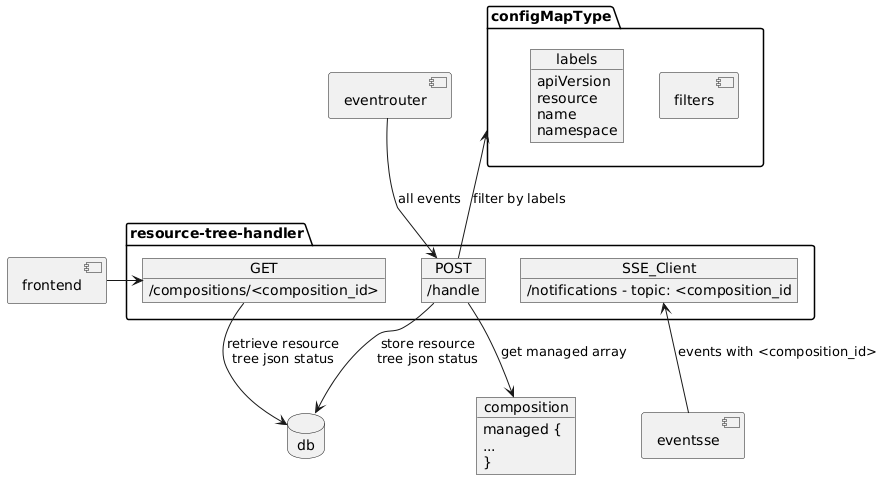
The PlantUML diagram _diagrams/architecture.png in krateoplatformops/resource-tree-handler, before a commit. Its diagram source:
```plantuml
@startuml
allowmixing

package "resource-tree-handler" {
  object POST {
  /handle
  }
  object GET {
  /compositions/<composition_id>
  }
  object SSE_Client {
  /notifications - topic: <composition_id
  }
}

package configMapType {
  component filters
  object labels {
  apiVersion
  resource
  name
  namespace
  }
}

database db

object composition {
managed <U+007B>
...
<U+007D>
}

component eventsse
component eventrouter
component frontend

GET --> db : retrieve resource\ntree json status
POST --> db : store resource\ntree json status
POST --> composition : get managed array
configMapType <-- POST : filter by labels

SSE_Client <-- eventsse  : events with <composition_id>
eventrouter --> POST : all events
frontend -> GET
@enduml
```
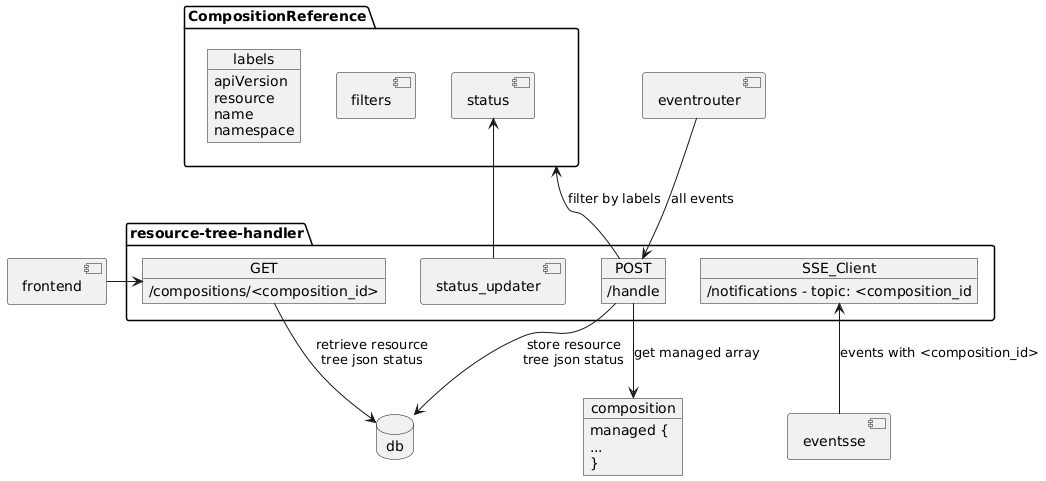
The same diagram one commit later.

Commit message:
docs: updated readme with compositionReference status update (#42)

Diff of the diagram source:
```diff
@@ -11,9 +11,10 @@
   object SSE_Client {
   /notifications - topic: <composition_id
   }
+  component status_updater
 }
 
-package configMapType {
+package CompositionReference {
   component filters
   object labels {
   apiVersion
@@ -21,7 +22,11 @@
   name
   namespace
   }
+
+  component status
 }
+
+CompositionReference <-- POST : filter by labels
 
 database db
 
@@ -38,9 +43,11 @@
 GET --> db : retrieve resource\ntree json status
 POST --> db : store resource\ntree json status
 POST --> composition : get managed array
-configMapType <-- POST : filter by labels
 
 SSE_Client <-- eventsse  : events with <composition_id>
 eventrouter --> POST : all events
 frontend -> GET
+
+
+status_updater -> status
 @enduml
```
